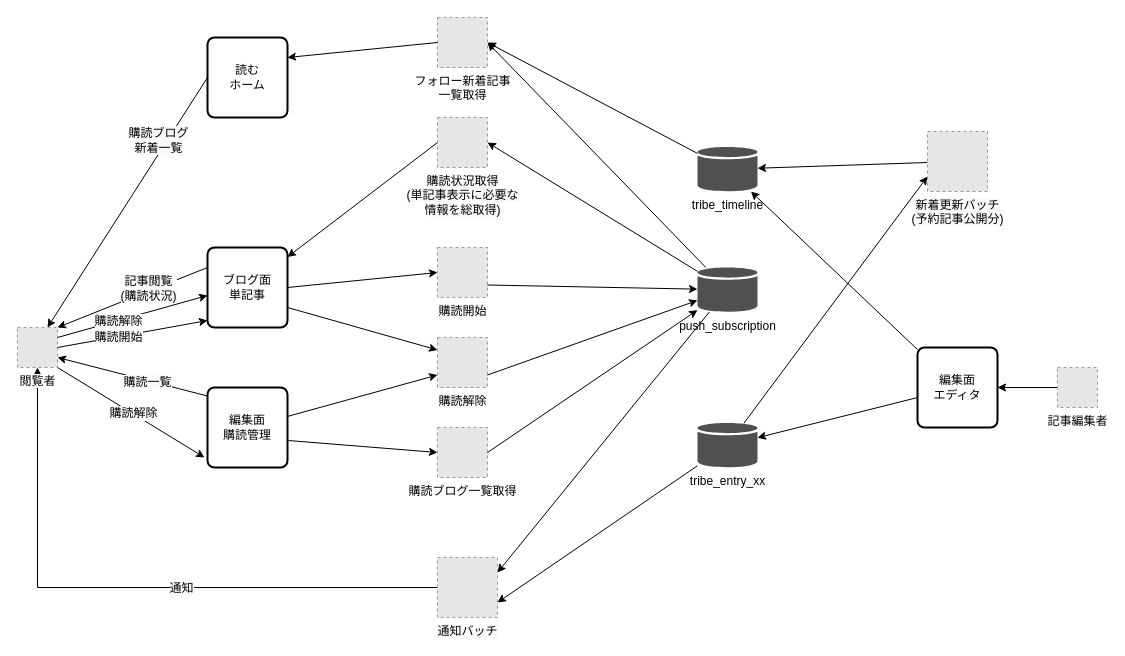
This is 購読関連.drawio from skage-plusfor/skage-plusfor.github.io, a draw.io file, before an edit. Source tidied: cells renumbered, new cells numbered last; positions are measured from the earlier drawing's top-left corner, leaving out a move shared by most shapes. Both pictures are drawn from the tidied source at 100%, with x=0, y=0 at pixel (17, 17). Pictures stored in the file or linked from it are replaced by grey dashed boxes.
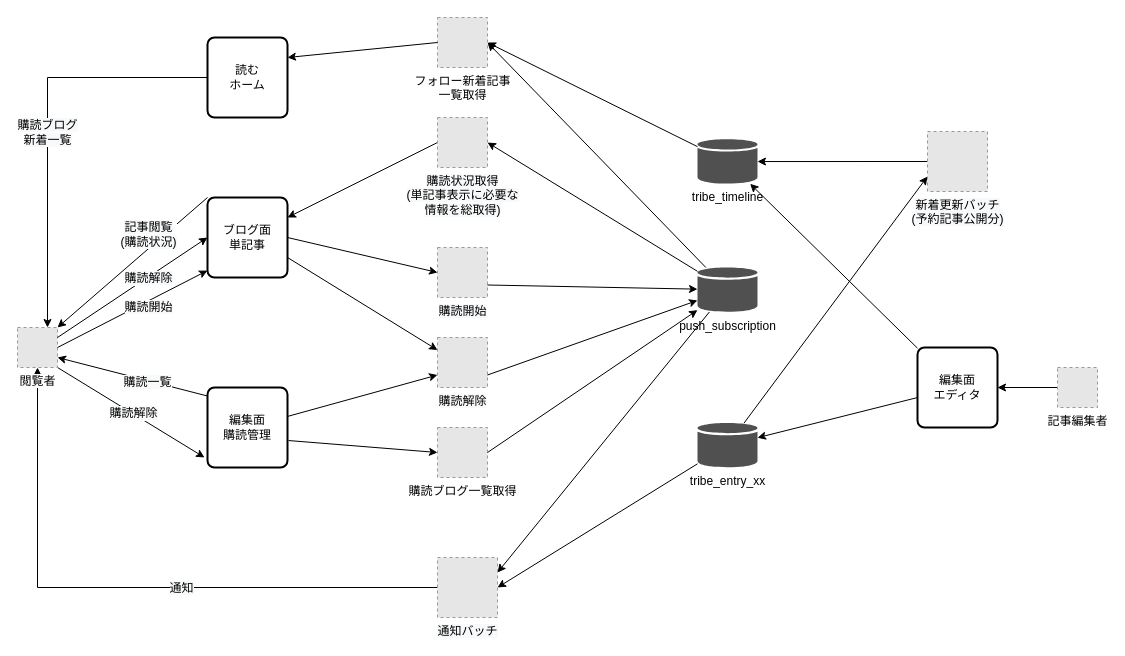
The same page after the edit.

The change refers to these unchanged cells:
```xml
<mxCell id="8" value="tribe_entry_xx" style="shadow=0;dashed=0;html=1;strokeColor=none;fillColor=#505050;labelPosition=center;verticalLabelPosition=bottom;verticalAlign=top;outlineConnect=0;align=center;shape=mxgraph.office.databases.database;" parent="1" vertex="1">
  <mxGeometry x="680" y="405.5" width="60" height="44.5" as="geometry" />
</mxCell>
<mxCell id="22" value="&lt;span style=&quot;white-space: nowrap&quot;&gt;読む&lt;br&gt;ホーム&lt;/span&gt;" style="rounded=1;whiteSpace=wrap;html=1;absoluteArcSize=1;arcSize=14;strokeWidth=2;" parent="1" vertex="1">
  <mxGeometry x="190" y="20" width="80" height="80" as="geometry" />
</mxCell>
<mxCell id="28" value="&lt;span style=&quot;background-color: rgb(248 , 249 , 250)&quot;&gt;通知バッチ&lt;/span&gt;" style="fillColor=#E6E6E6;strokeColor=#999999;dashed=1;html=1;verticalAlign=top;verticalLabelPosition=bottom;labelBackgroundColor=#ffffff;" parent="1" vertex="1">
  <mxGeometry x="420" y="540" width="60" height="60" as="geometry" />
</mxCell>
<mxCell id="31" value="閲覧者" style="fillColor=#E6E6E6;strokeColor=#999999;dashed=1;html=1;verticalAlign=top;verticalLabelPosition=bottom;labelBackgroundColor=#ffffff;" parent="1" vertex="1">
  <mxGeometry y="310" width="40" height="40" as="geometry" />
</mxCell>
<mxCell id="45" style="edgeStyle=none;rounded=0;jettySize=auto;html=1;exitX=1;exitY=0.5;exitDx=0;exitDy=0;entryX=0;entryY=0.913;entryDx=0;entryDy=0;entryPerimeter=0;exitPerimeter=0;" parent="1" edge="1" source="31" target="23">
  <mxGeometry relative="1" as="geometry" />
</mxCell>
```

Change to the diagram source:
```diff
@@
-    <mxCell id="2" style="edgeStyle=none;rounded=0;jettySize=auto;html=1;exitX=0;exitY=0.5;exitDx=0;exitDy=0;entryX=0.75;entryY=0;entryDx=0;entryDy=0;" parent="1" edge="1" source="22" target="31">
+    <mxCell id="2" style="edgeStyle=orthogonalEdgeStyle;rounded=0;jettySize=auto;html=1;exitX=0;exitY=0.5;exitDx=0;exitDy=0;entryX=0.75;entryY=0;entryDx=0;entryDy=0;" parent="1" edge="1" source="22" target="31">
       <mxGeometry relative="1" as="geometry" />
     </mxCell>
     <mxCell id="3" value="&lt;span style=&quot;background-color: rgb(248 , 249 , 250)&quot;&gt;購読ブログ&lt;/span&gt;&lt;br style=&quot;background-color: rgb(248 , 249 , 250)&quot;&gt;&lt;span style=&quot;background-color: rgb(248 , 249 , 250)&quot;&gt;新着一覧&lt;/span&gt;" style="text;html=1;align=center;verticalAlign=middle;labelBackgroundColor=#ffffff;" parent="2" vertex="1">
       <mxGeometry x="-0.61" y="1" relative="1" as="geometry">
-        <mxPoint x="-18.9" y="13.5" as="offset" />
+        <mxPoint x="-81" y="53" as="offset" />
       </mxGeometry>
     </mxCell>
@@
-    <mxCell id="6" style="edgeStyle=none;rounded=0;jettySize=auto;html=1;entryX=1;entryY=0.75;entryDx=0;entryDy=0;" parent="1" edge="1" source="8" target="28">
+    <mxCell id="6" style="edgeStyle=none;rounded=0;jettySize=auto;html=1;entryX=1;entryY=0.5;entryDx=0;entryDy=0;" parent="1" edge="1" source="8" target="28">
       <mxGeometry relative="1" as="geometry" />
     </mxCell>
@@
     <mxCell id="21" value="tribe_timeline" style="shadow=0;dashed=0;html=1;strokeColor=none;fillColor=#505050;labelPosition=center;verticalLabelPosition=bottom;verticalAlign=top;outlineConnect=0;align=center;shape=mxgraph.office.databases.database;" parent="1" vertex="1">
-      <mxGeometry x="680" y="129.5" width="60" height="44.5" as="geometry" />
+      <mxGeometry x="680" y="121.8" width="60" height="44.5" as="geometry" />
     </mxCell>
@@
     <mxCell id="23" value="&lt;span style=&quot;white-space: nowrap&quot;&gt;ブログ面&lt;br&gt;単記事&lt;/span&gt;" style="rounded=1;whiteSpace=wrap;html=1;absoluteArcSize=1;arcSize=14;strokeWidth=2;" parent="1" vertex="1">
-      <mxGeometry x="190" y="230" width="80" height="80" as="geometry" />
+      <mxGeometry x="190" y="180" width="80" height="80" as="geometry" />
     </mxCell>
@@
-    <mxCell id="41" style="edgeStyle=none;rounded=0;jettySize=auto;html=1;exitX=0;exitY=0.25;exitDx=0;exitDy=0;entryX=1;entryY=0;entryDx=0;entryDy=0;" parent="1" edge="1" source="23" target="31">
+    <mxCell id="41" style="edgeStyle=none;rounded=0;jettySize=auto;html=1;entryX=1;entryY=0;entryDx=0;entryDy=0;exitX=0;exitY=0;exitDx=0;exitDy=0;" parent="1" edge="1" source="23" target="31">
       <mxGeometry relative="1" as="geometry" />
     </mxCell>
@@
-    <mxCell id="43" style="edgeStyle=none;rounded=0;jettySize=auto;html=1;exitX=1;exitY=0.25;exitDx=0;exitDy=0;entryX=0;entryY=0.6;entryDx=0;entryDy=0;entryPerimeter=0;" parent="1" edge="1" source="31" target="23">
+    <mxCell id="43" style="edgeStyle=none;rounded=0;jettySize=auto;html=1;exitX=1;exitY=0.25;exitDx=0;exitDy=0;entryX=0;entryY=0.5;entryDx=0;entryDy=0;" parent="1" edge="1" source="31" target="23">
       <mxGeometry relative="1" as="geometry" />
     </mxCell>
     <mxCell id="44" value="&lt;span style=&quot;background-color: rgb(248 , 249 , 250)&quot;&gt;購読解除&lt;/span&gt;" style="text;html=1;align=center;verticalAlign=middle;labelBackgroundColor=#ffffff;" parent="43" vertex="1">
       <mxGeometry x="-0.22" y="2" relative="1" as="geometry">
-        <mxPoint x="1.8" y="1.5" as="offset" />
+        <mxPoint x="32.9" y="-19.5" as="offset" />
       </mxGeometry>
     </mxCell>
@@
     <mxCell id="46" value="&lt;span style=&quot;background-color: rgb(248 , 249 , 250)&quot;&gt;購読開始&lt;/span&gt;" style="text;html=1;align=center;verticalAlign=middle;labelBackgroundColor=#ffffff;" parent="45" vertex="1">
       <mxGeometry x="-0.22" y="2" relative="1" as="geometry">
-        <mxPoint x="2.3" y="2.4" as="offset" />
+        <mxPoint x="32.2" y="-8.1" as="offset" />
       </mxGeometry>
     </mxCell>
```
